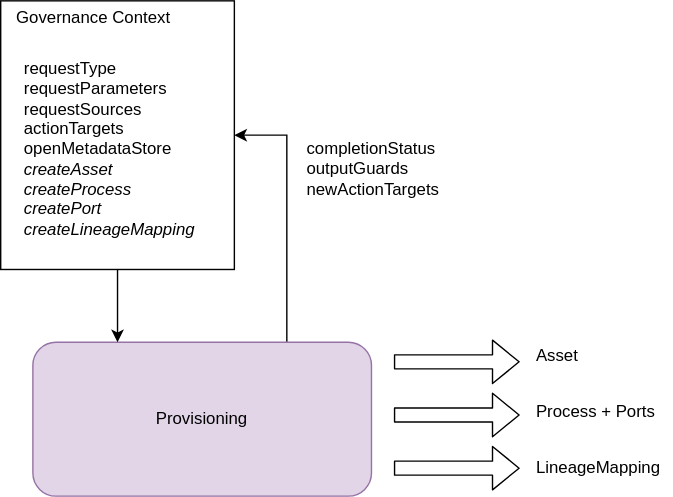
Earlier version of the draw.io export site/docs/frameworks/gaf/provisioning-governance-service-context.svg (odpi/egeria-docs). Source tidied: cells renumbered, new cells last; positions are measured from the earlier drawing's top-left corner, leaving out a move shared by most shapes.
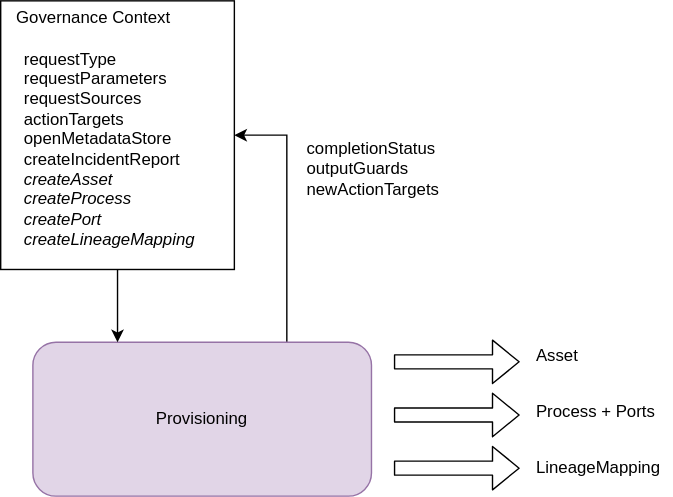
The same diagram one commit later.

The edit, as a diff of the source:
```diff
@@ -45,8 +45,8 @@
     <mxCell id="11" style="rounded=0;jettySize=auto;html=1;entryX=0.25;entryY=0;entryDx=0;entryDy=0;exitX=0.5;exitY=1;exitDx=0;exitDy=0;" parent="1" edge="1" source="2" target="4">
       <mxGeometry relative="1" as="geometry" />
     </mxCell>
-    <mxCell id="12" value="requestType&lt;br&gt;requestParameters&lt;br&gt;requestSources&lt;br&gt;actionTargets&lt;br&gt;openMetadataStore&lt;br&gt;&lt;i&gt;createAsset&lt;br&gt;createProcess&lt;br&gt;createPort&lt;br&gt;createLineageMapping&lt;br&gt;&lt;/i&gt;" style="text;html=1;align=left;verticalAlign=middle;perimeterSpacing=3;" parent="1" vertex="1">
-      <mxGeometry x="15" y="41" width="140" height="130" as="geometry" />
+    <mxCell id="12" value="requestType&lt;br&gt;requestParameters&lt;br&gt;requestSources&lt;br&gt;actionTargets&lt;br&gt;openMetadataStore&lt;br&gt;createIncidentReport&lt;br&gt;&lt;i&gt;createAsset&lt;br&gt;createProcess&lt;br&gt;createPort&lt;br&gt;createLineageMapping&lt;br&gt;&lt;/i&gt;" style="text;html=1;align=left;verticalAlign=middle;perimeterSpacing=3;" parent="1" vertex="1">
+      <mxGeometry x="15" y="31" width="140" height="150" as="geometry" />
     </mxCell>
     <mxCell id="13" value="Governance Context" style="text;html=1;align=center;verticalAlign=middle;" parent="1" vertex="1">
       <mxGeometry x="6" y="3" width="120" height="18" as="geometry" />
```
